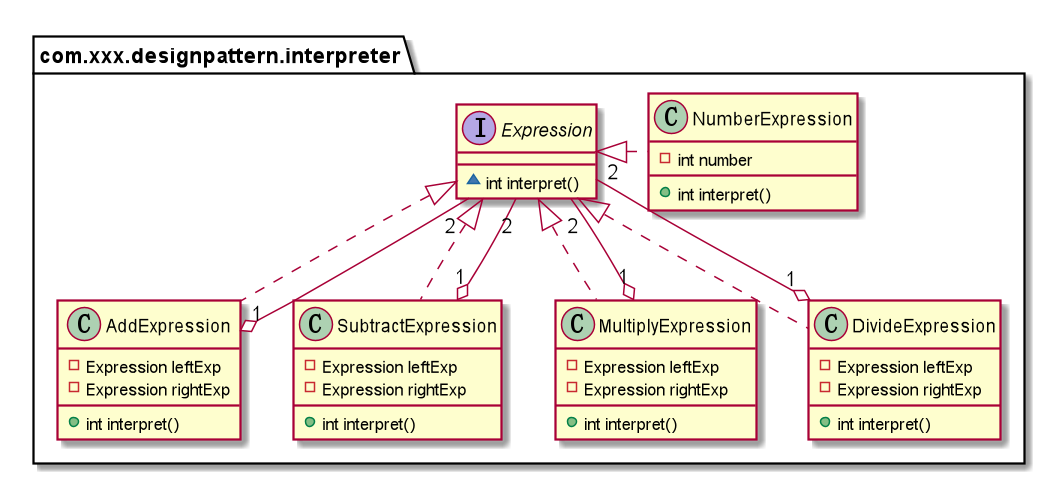
Above: 解释器模式/interpreter_demo.png in xiaojiaC/blog (PlantUML), before the change.
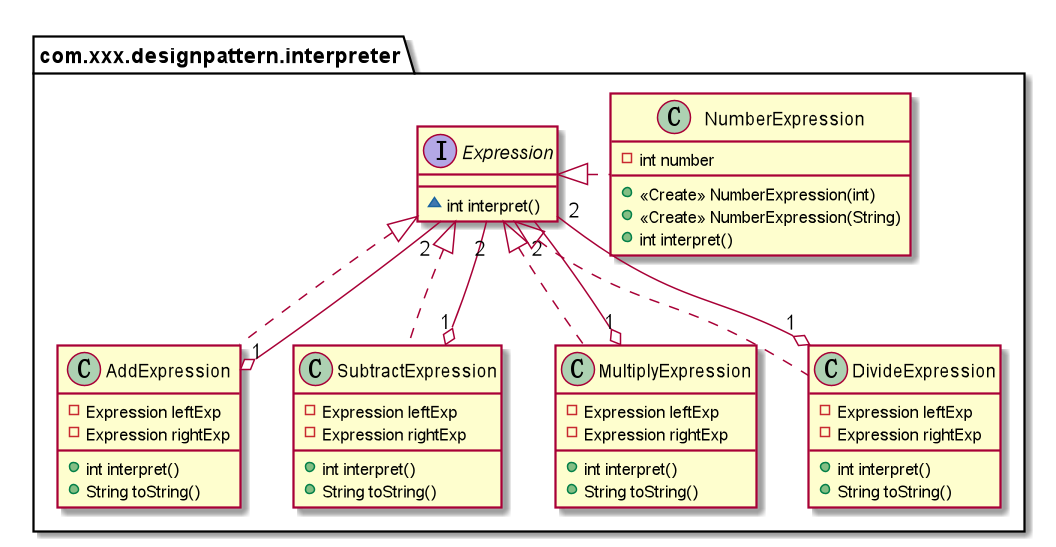
The same file after the commit.

Change to the diagram source:
```diff
@@ -1,27 +1,33 @@
 @startuml
+class com.xxx.designpattern.interpreter.NumberExpression {
+- int number
++ <<Create>> NumberExpression(int)
++ <<Create>> NumberExpression(String)
++ int interpret()
+}
 class com.xxx.designpattern.interpreter.AddExpression {
 - Expression leftExp
 - Expression rightExp
 + int interpret()
-}
-class com.xxx.designpattern.interpreter.NumberExpression {
-- int number
-+ int interpret()
++ String toString()
 }
 class com.xxx.designpattern.interpreter.SubtractExpression {
 - Expression leftExp
 - Expression rightExp
 + int interpret()
++ String toString()
 }
 class com.xxx.designpattern.interpreter.MultiplyExpression {
 - Expression leftExp
 - Expression rightExp
 + int interpret()
++ String toString()
 }
 class com.xxx.designpattern.interpreter.DivideExpression {
 - Expression leftExp
 - Expression rightExp
 + int interpret()
++ String toString()
 }
 interface com.xxx.designpattern.interpreter.Expression {
 ~ int interpret()
```
